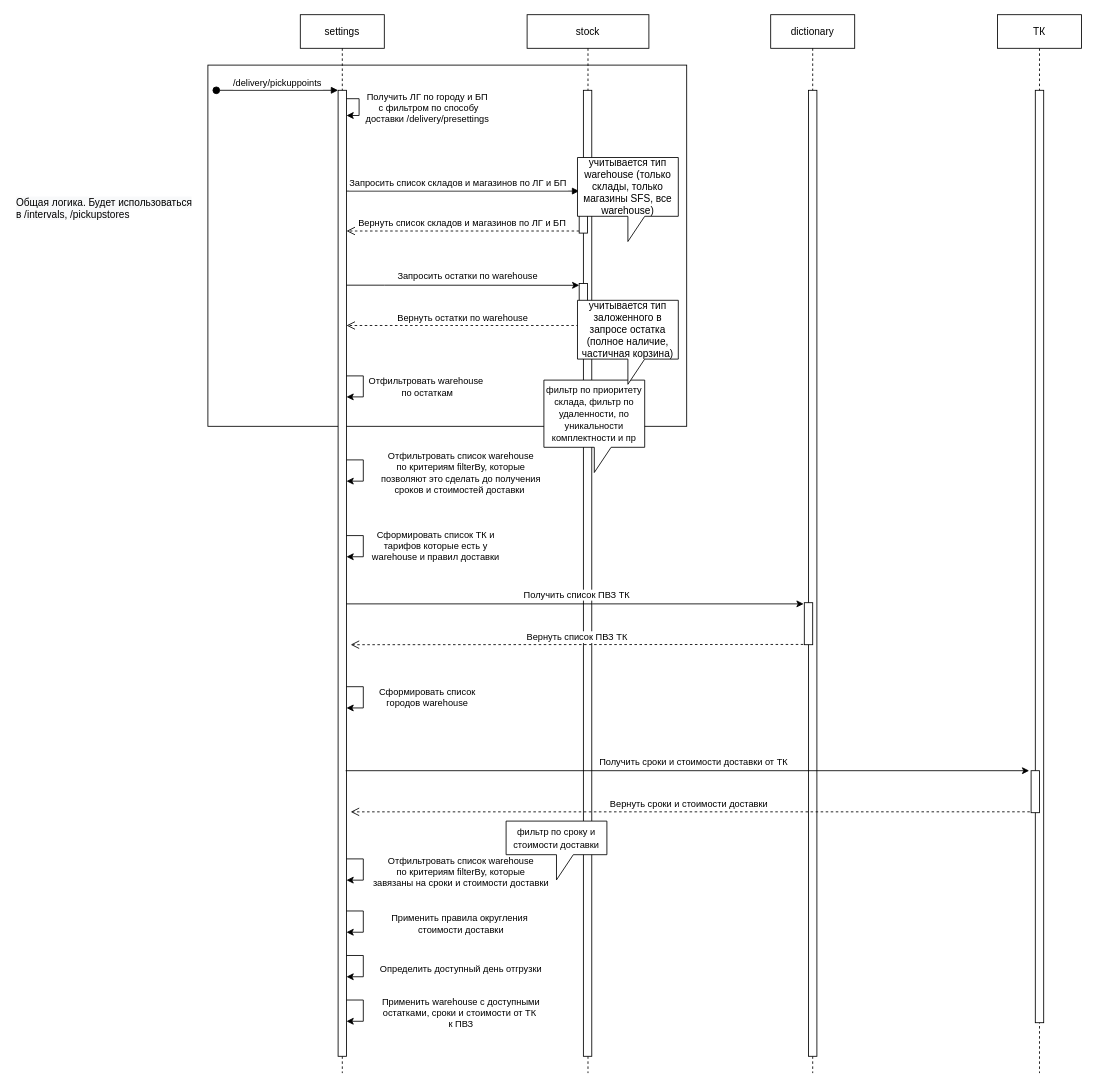
The draw.io diagram page "Страница 2" (2 of 3) of education.drawio in yanelena/diagrams, before the edit. Source tidied: cells renumbered, new cells numbered last; positions are measured from the earlier drawing's top-left corner, leaving out a move shared by most shapes. Both pictures are drawn from the tidied source at 84%, with x=0, y=0 at pixel (14, 14).
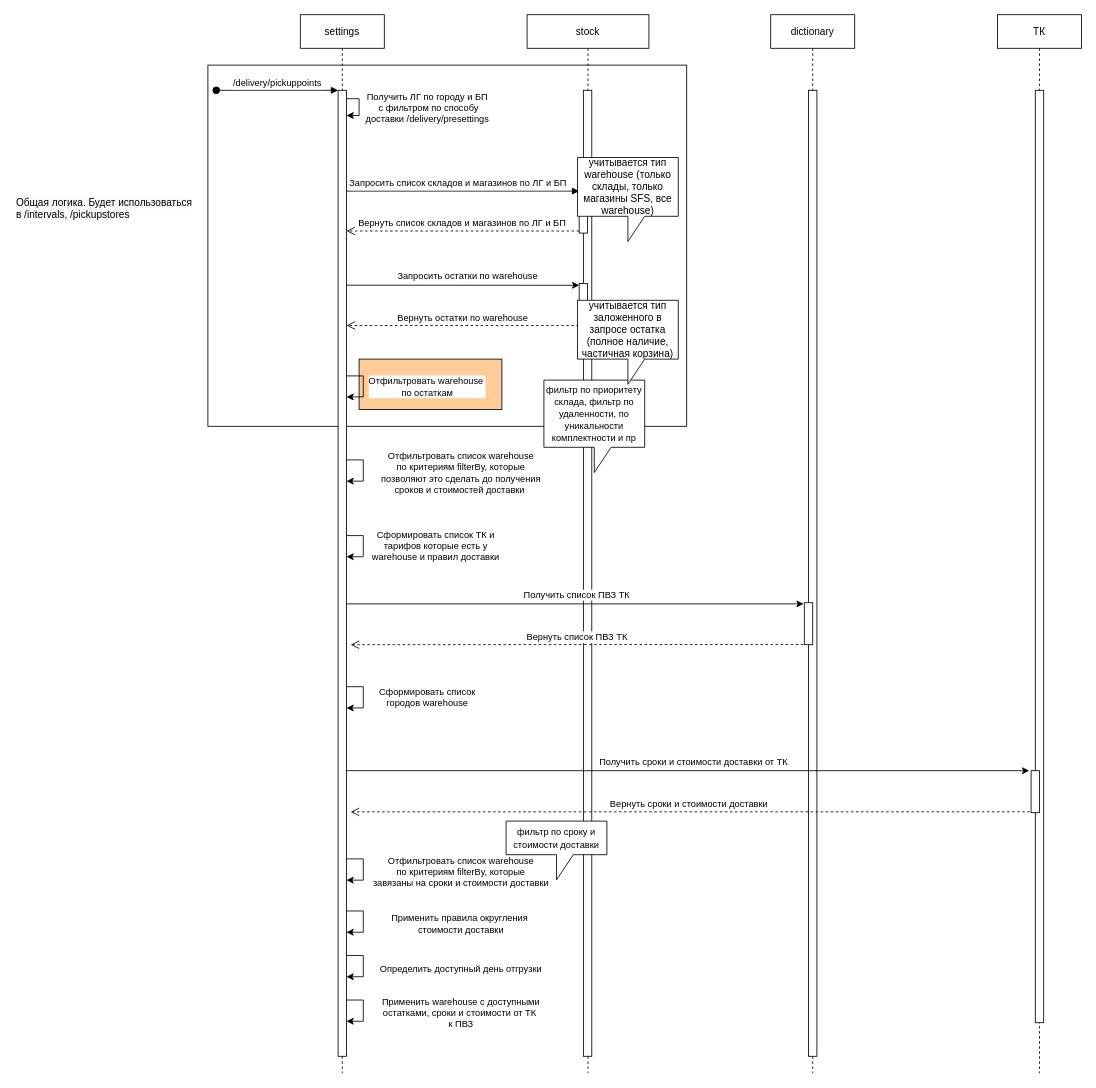
After the change.

The change refers to these unchanged cells:
```xml
<mxCell id="8" style="edgeStyle=orthogonalEdgeStyle;rounded=0;jettySize=auto;html=1;" parent="3" edge="1" source="4">
  <mxGeometry relative="1" as="geometry">
    <mxPoint x="55" y="455" as="targetPoint" />
    <Array as="points">
      <mxPoint x="75" y="430" />
      <mxPoint x="75" y="455" />
    </Array>
  </mxGeometry>
</mxCell>
```

Diff of the diagram source:
```diff
@@
+    <mxCell id="50" style="rounded=0;whiteSpace=wrap;html=1;fillColor=#FFCC99;" parent="1" vertex="1">
+      <mxGeometry x="410" y="410" width="170" height="60" as="geometry" />
+    </mxCell>
@@
-    <mxCell id="9" value="Отфильтровать warehouse&amp;nbsp;&lt;br&gt;по остаткам" style="edgeLabel;html=1;align=center;verticalAlign=middle;fillColor=#F9FFC2;" parent="8" vertex="1">
+    <mxCell id="9" value="Отфильтровать warehouse&amp;nbsp;&lt;br&gt;по остаткам" style="edgeLabel;html=1;align=center;verticalAlign=middle;fillColor=#FF9999;" parent="8" vertex="1">
       <mxGeometry x="-0.02" y="3" relative="1" as="geometry">
         <mxPoint x="72" as="offset" />
       </mxGeometry>
     </mxCell>
```
